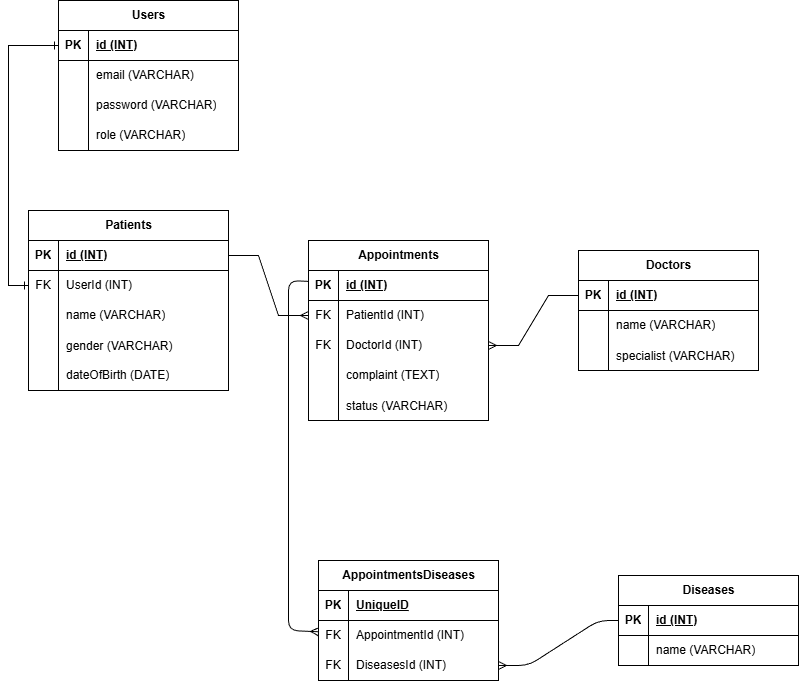
This is schema-db-Haidok.drawio.png from MaulanaAkhmad25/pair-project, a draw.io export, as it was before one commit. Source tidied: cells renumbered, new cells last; positions are measured from the earlier drawing's top-left corner, leaving out a move shared by most shapes.
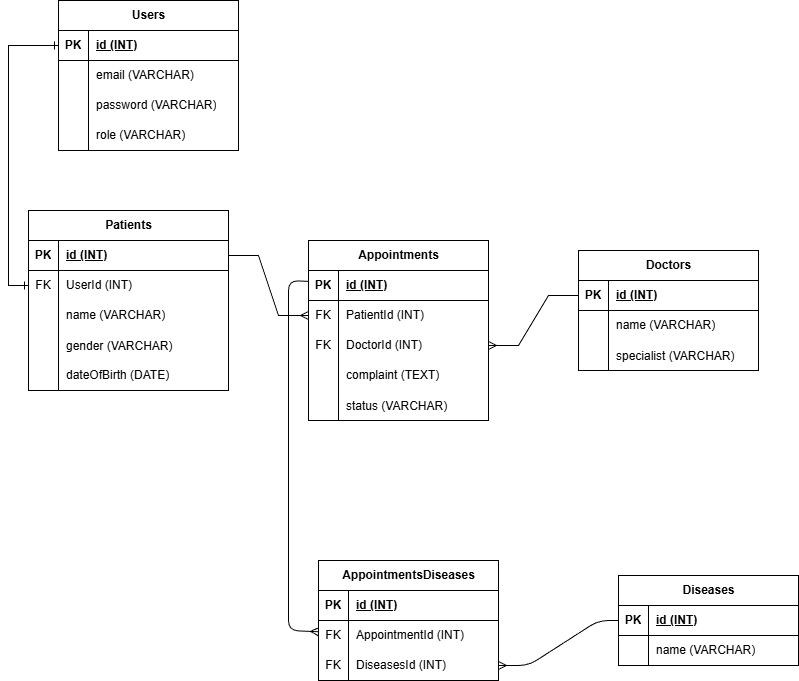
After the change.

Diff of the diagram source:
```diff
@@ -211,7 +211,7 @@
     <mxCell id="69" value="PK" style="shape=partialRectangle;fillColor=none;top=0;left=0;bottom=0;right=0;fontStyle=1;overflow=hidden;whiteSpace=wrap;html=1;" parent="68" vertex="1">
       <mxGeometry width="30" height="30" as="geometry" />
     </mxCell>
-    <mxCell id="70" value="UniqueID" style="shape=partialRectangle;fillColor=none;top=0;left=0;bottom=0;right=0;align=left;spacingLeft=6;fontStyle=5;overflow=hidden;whiteSpace=wrap;html=1;" parent="68" vertex="1">
+    <mxCell id="70" value="id (INT)" style="shape=partialRectangle;fillColor=none;top=0;left=0;bottom=0;right=0;align=left;spacingLeft=6;fontStyle=5;overflow=hidden;whiteSpace=wrap;html=1;" parent="68" vertex="1">
       <mxGeometry x="30" width="150" height="30" as="geometry" />
     </mxCell>
     <mxCell id="71" style="shape=tableRow;horizontal=0;startSize=0;swimlaneHead=0;swimlaneBody=0;fillColor=none;points=[[0,0.5],[1,0.5]];portConstraint=eastwest;top=0;left=0;right=0;bottom=0;" parent="67" vertex="1">
```
